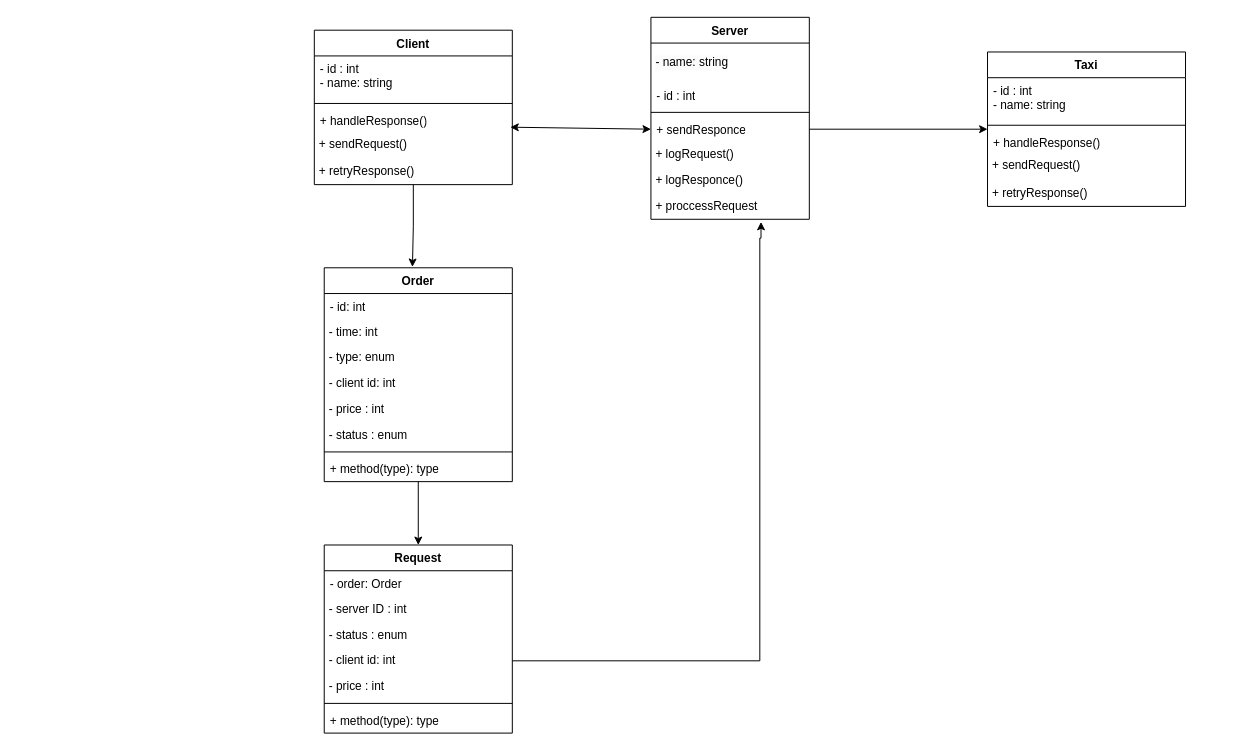
vasslin/Programming-Technologies-3 keeps this draw.io diagram as charts (drawio format)/Диаграмма без названия.drawio. Above is the earlier version. Source tidied: cells renumbered, new cells numbered last; positions are measured from the earlier drawing's top-left corner, leaving out a move shared by most shapes. Both pictures are drawn from the tidied source at 99%, with x=0, y=0 at pixel (314, 17).
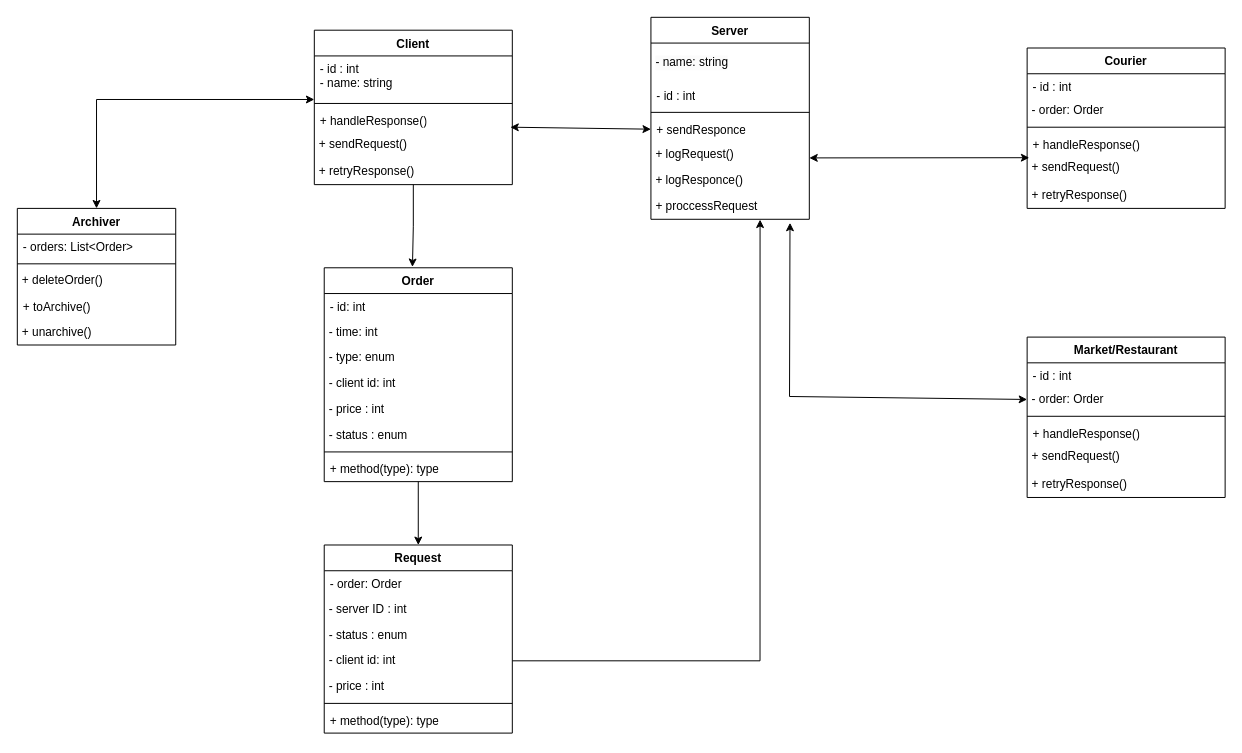
Above is the later version.

Commit message:
update diagram of classes

Unchanged cells that the change refers to:
```xml
<mxCell id="5" value="+ handleResponse()" style="text;strokeColor=none;fillColor=none;align=left;verticalAlign=top;spacingLeft=4;spacingRight=4;overflow=hidden;points=[[0,0.5],[1,0.5]];portConstraint=eastwest;whiteSpace=wrap;html=1;" parent="2" vertex="1">
  <mxGeometry y="78" width="200" height="22" as="geometry" />
</mxCell>
<mxCell id="12" value="+ sendResponce" style="text;strokeColor=none;fillColor=none;align=left;verticalAlign=top;spacingLeft=4;spacingRight=4;overflow=hidden;points=[[0,0.5],[1,0.5]];portConstraint=eastwest;whiteSpace=wrap;html=1;" parent="8" vertex="1">
  <mxGeometry y="100" width="160" height="26" as="geometry" />
</mxCell>
<mxCell id="15" value="+ proccessRequest" style="text;align=left;fontStyle=0;verticalAlign=middle;spacingLeft=3;spacingRight=3;strokeColor=none;points=[[0,0.5],[1,0.5]];portConstraint=eastwest;html=1;" parent="8" vertex="1">
  <mxGeometry y="178" width="160" height="26" as="geometry" />
</mxCell>
<mxCell id="31" value="- client id: int" style="text;align=left;fontStyle=0;verticalAlign=middle;spacingLeft=3;spacingRight=3;strokeColor=none;points=[[0,0.5],[1,0.5]];portConstraint=eastwest;html=1;" parent="27" vertex="1">
  <mxGeometry y="104" width="190" height="26" as="geometry" />
</mxCell>
```

Change to the diagram source:
```diff
@@
-    <mxCell id="35" style="edgeStyle=orthogonalEdgeStyle;rounded=0;jettySize=auto;html=1;entryX=0.695;entryY=1.102;entryDx=0;entryDy=0;entryPerimeter=0;" parent="1" edge="1" source="31" target="15">
+    <mxCell id="35" style="edgeStyle=orthogonalEdgeStyle;rounded=0;jettySize=auto;html=1;entryX=0.689;entryY=1.012;entryDx=0;entryDy=0;entryPerimeter=0;" parent="1" edge="1" source="31" target="15">
       <mxGeometry relative="1" as="geometry">
         <Array as="points">
           <mxPoint x="450" y="650" />
-          <mxPoint x="450" y="223" />
-          <mxPoint x="451" y="223" />
         </Array>
       </mxGeometry>
     </mxCell>
-    <mxCell id="36" value="Taxi" style="swimlane;fontStyle=1;align=center;verticalAlign=top;horizontal=1;startSize=26;whiteSpace=wrap;html=1;" parent="1" vertex="1">
-      <mxGeometry x="680" y="35" width="200" height="156" as="geometry" />
+    <mxCell id="36" value="Courier" style="swimlane;fontStyle=1;align=center;verticalAlign=top;horizontal=1;startSize=26;whiteSpace=wrap;html=1;" parent="1" vertex="1">
+      <mxGeometry x="720" y="31" width="200" height="162" as="geometry" />
     </mxCell>
-    <mxCell id="37" value="- id : int&lt;div&gt;- name: string&lt;/div&gt;" style="text;strokeColor=none;fillColor=none;align=left;verticalAlign=top;spacingLeft=4;spacingRight=4;overflow=hidden;whiteSpace=wrap;html=1;" parent="36" vertex="1">
-      <mxGeometry y="26" width="200" height="44" as="geometry" />
+    <mxCell id="37" value="- id : int" style="text;strokeColor=none;fillColor=none;align=left;verticalAlign=top;spacingLeft=4;spacingRight=4;overflow=hidden;whiteSpace=wrap;html=1;" parent="36" vertex="1">
+      <mxGeometry y="26" width="200" height="24" as="geometry" />
     </mxCell>
+    <mxCell id="44" value="&lt;span style=&quot;font-weight: normal;&quot;&gt;- order: Order&lt;/span&gt;" style="text;align=left;fontStyle=1;verticalAlign=middle;spacingLeft=3;spacingRight=3;strokeColor=none;html=1;" parent="36" vertex="1">
+      <mxGeometry y="50" width="200" height="26" as="geometry" />
+    </mxCell>
     <mxCell id="38" style="line;strokeWidth=1;fillColor=none;align=left;verticalAlign=middle;spacingTop=-1;spacingLeft=3;spacingRight=3;labelPosition=right;strokeColor=inherit;" parent="36" vertex="1">
-      <mxGeometry y="70" width="200" height="8" as="geometry" />
+      <mxGeometry y="76" width="200" height="8" as="geometry" />
     </mxCell>
     <mxCell id="39" value="+ handleResponse()" style="text;strokeColor=none;fillColor=none;align=left;verticalAlign=top;spacingLeft=4;spacingRight=4;overflow=hidden;points=[[0,0.5],[1,0.5]];portConstraint=eastwest;whiteSpace=wrap;html=1;" parent="36" vertex="1">
-      <mxGeometry y="78" width="200" height="22" as="geometry" />
+      <mxGeometry y="84" width="200" height="22" as="geometry" />
     </mxCell>
     <mxCell id="40" value="&lt;span style=&quot;font-weight: normal;&quot;&gt;+ sendRequest()&lt;/span&gt;" style="text;align=left;fontStyle=1;verticalAlign=middle;spacingLeft=3;spacingRight=3;strokeColor=none;html=1;" parent="36" vertex="1">
-      <mxGeometry y="100" width="200" height="30" as="geometry" />
+      <mxGeometry y="106" width="200" height="30" as="geometry" />
     </mxCell>
     <mxCell id="41" value="+ retryResponse()" style="text;align=left;fontStyle=0;verticalAlign=middle;spacingLeft=3;spacingRight=3;strokeColor=none;html=1;" parent="36" vertex="1">
-      <mxGeometry y="130" width="200" height="26" as="geometry" />
+      <mxGeometry y="136" width="200" height="26" as="geometry" />
     </mxCell>
-    <mxCell id="42" style="edgeStyle=orthogonalEdgeStyle;rounded=0;jettySize=auto;html=1;exitX=1;exitY=0.5;exitDx=0;exitDy=0;entryX=0;entryY=0.5;entryDx=0;entryDy=0;" parent="1" edge="1" source="12" target="36">
-      <mxGeometry relative="1" as="geometry" />
-    </mxCell>
@@
+    <mxCell id="45" style="endArrow=classic;startArrow=classic;html=1;rounded=0;entryX=0.011;entryY=1.218;entryDx=0;entryDy=0;entryPerimeter=0;" parent="1" edge="1" target="39">
+      <mxGeometry relative="1" as="geometry">
+        <mxPoint x="500" y="142" as="sourcePoint" />
+      </mxGeometry>
+    </mxCell>
+    <mxCell id="46" value="Archiver" style="swimlane;fontStyle=1;align=center;verticalAlign=top;horizontal=1;startSize=26;whiteSpace=wrap;html=1;" parent="1" vertex="1">
+      <mxGeometry x="-300" y="193" width="160" height="138" as="geometry" />
+    </mxCell>
+    <mxCell id="47" value="- orders: List&amp;lt;Order&amp;gt;" style="text;strokeColor=none;fillColor=none;align=left;verticalAlign=top;spacingLeft=4;spacingRight=4;overflow=hidden;whiteSpace=wrap;html=1;" parent="46" vertex="1">
+      <mxGeometry y="26" width="160" height="26" as="geometry" />
+    </mxCell>
+    <mxCell id="48" style="line;strokeWidth=1;fillColor=none;align=left;verticalAlign=middle;spacingTop=-1;spacingLeft=3;spacingRight=3;labelPosition=right;strokeColor=inherit;" parent="46" vertex="1">
+      <mxGeometry y="52" width="160" height="8" as="geometry" />
+    </mxCell>
+    <mxCell id="49" value="+ deleteOrder()" style="text;align=left;fontStyle=0;verticalAlign=middle;spacingLeft=3;spacingRight=3;strokeColor=none;html=1;" parent="46" vertex="1">
+      <mxGeometry y="60" width="160" height="26" as="geometry" />
+    </mxCell>
+    <mxCell id="50" value="+ toArchive()" style="text;strokeColor=none;fillColor=none;align=left;verticalAlign=top;spacingLeft=4;spacingRight=4;overflow=hidden;whiteSpace=wrap;html=1;" parent="46" vertex="1">
+      <mxGeometry y="86" width="160" height="26" as="geometry" />
+    </mxCell>
+    <mxCell id="51" value="+ unarchive()" style="text;align=left;fontStyle=0;verticalAlign=middle;spacingLeft=3;spacingRight=3;strokeColor=none;html=1;" parent="46" vertex="1">
+      <mxGeometry y="112" width="160" height="26" as="geometry" />
+    </mxCell>
+    <mxCell id="52" style="endArrow=classic;startArrow=classic;html=1;rounded=0;entryX=0;entryY=-0.364;entryDx=0;entryDy=0;entryPerimeter=0;" parent="1" edge="1" source="46" target="5">
+      <mxGeometry relative="1" as="geometry">
+        <Array as="points">
+          <mxPoint x="-220" y="83" />
+        </Array>
+      </mxGeometry>
+    </mxCell>
+    <mxCell id="53" value="Market/Restaurant" style="swimlane;fontStyle=1;align=center;verticalAlign=top;horizontal=1;startSize=26;whiteSpace=wrap;html=1;" parent="1" vertex="1">
+      <mxGeometry x="720" y="323" width="200" height="162" as="geometry" />
+    </mxCell>
+    <mxCell id="54" value="- id : int" style="text;strokeColor=none;fillColor=none;align=left;verticalAlign=top;spacingLeft=4;spacingRight=4;overflow=hidden;whiteSpace=wrap;html=1;" parent="53" vertex="1">
+      <mxGeometry y="26" width="200" height="24" as="geometry" />
+    </mxCell>
+    <mxCell id="55" value="&lt;span style=&quot;font-weight: normal;&quot;&gt;- order: Order&lt;/span&gt;" style="text;align=left;fontStyle=1;verticalAlign=middle;spacingLeft=3;spacingRight=3;strokeColor=none;points=[[0,0.5],[1,0.5]];portConstraint=eastwest;html=1;" parent="53" vertex="1">
+      <mxGeometry y="50" width="200" height="26" as="geometry" />
+    </mxCell>
+    <mxCell id="56" style="line;strokeWidth=1;fillColor=none;align=left;verticalAlign=middle;spacingTop=-1;spacingLeft=3;spacingRight=3;labelPosition=right;strokeColor=inherit;" parent="53" vertex="1">
+      <mxGeometry y="76" width="200" height="8" as="geometry" />
+    </mxCell>
+    <mxCell id="57" value="+ handleResponse()" style="text;strokeColor=none;fillColor=none;align=left;verticalAlign=top;spacingLeft=4;spacingRight=4;overflow=hidden;whiteSpace=wrap;html=1;" parent="53" vertex="1">
+      <mxGeometry y="84" width="200" height="22" as="geometry" />
+    </mxCell>
+    <mxCell id="58" value="&lt;span style=&quot;font-weight: normal;&quot;&gt;+ sendRequest()&lt;/span&gt;" style="text;align=left;fontStyle=1;verticalAlign=middle;spacingLeft=3;spacingRight=3;strokeColor=none;html=1;" parent="53" vertex="1">
+      <mxGeometry y="106" width="200" height="30" as="geometry" />
+    </mxCell>
+    <mxCell id="59" value="+ retryResponse()" style="text;align=left;fontStyle=0;verticalAlign=middle;spacingLeft=3;spacingRight=3;strokeColor=none;html=1;" parent="53" vertex="1">
+      <mxGeometry y="136" width="200" height="26" as="geometry" />
+    </mxCell>
+    <mxCell id="60" style="endArrow=classic;startArrow=classic;html=1;rounded=0;entryX=0;entryY=0.5;entryDx=0;entryDy=0;exitX=0.878;exitY=1.137;exitDx=0;exitDy=0;exitPerimeter=0;" parent="1" edge="1" source="15" target="55">
+      <mxGeometry relative="1" as="geometry">
+        <Array as="points">
+          <mxPoint x="480" y="383" />
+        </Array>
+      </mxGeometry>
+    </mxCell>
```
